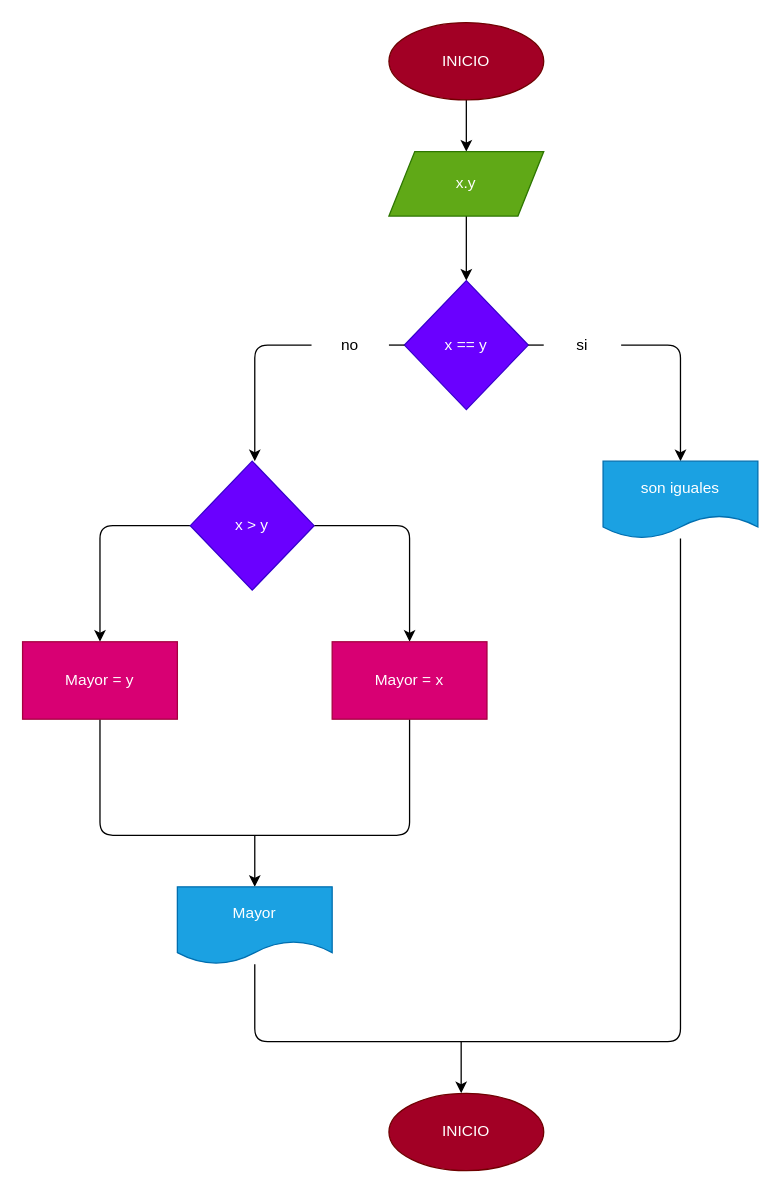
Before: diagrama.drawio in StephanieOrtizPico/mayor_2enteros, a draw.io diagram. Source tidied: cells renumbered, new cells numbered last; positions are measured from the earlier drawing's top-left corner, leaving out a move shared by most shapes. Both pictures are drawn from the tidied source at 129%, with x=0, y=0 at pixel (22, 22).
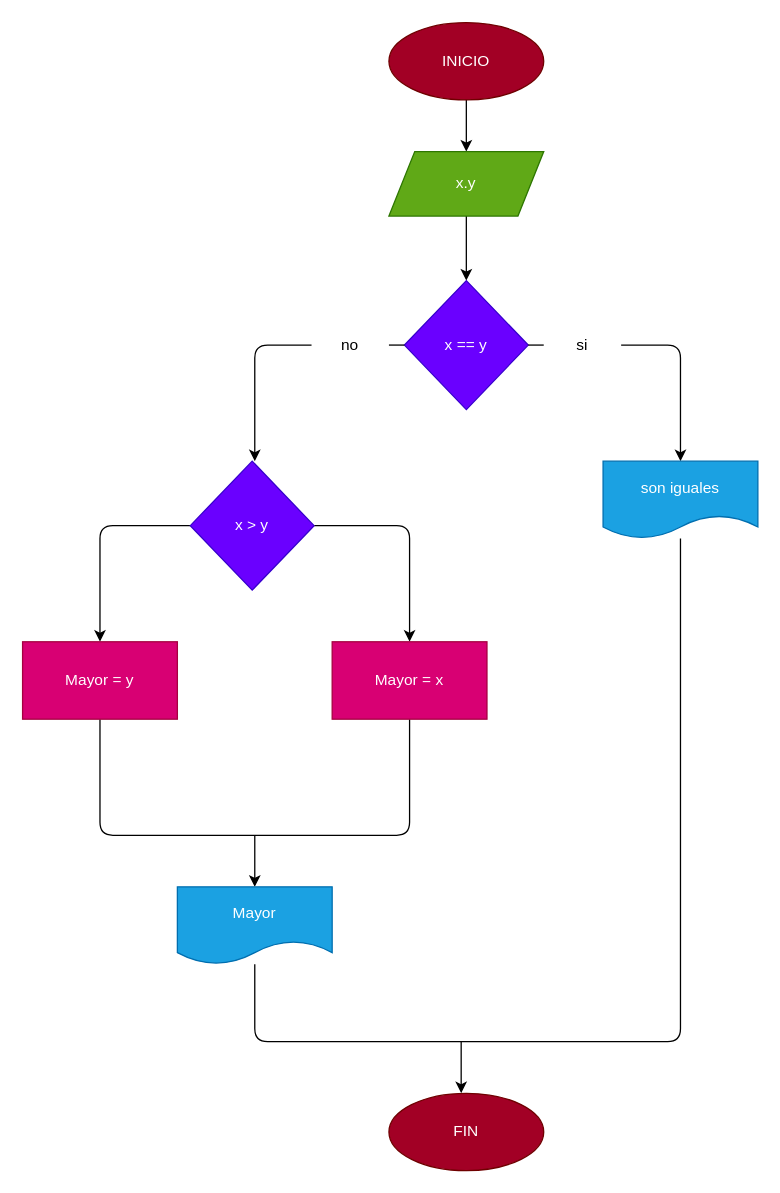
Above is the later version.

Commit message (it also covers changes not shown here):
Se agregó el programa

What changed in the source:
```diff
@@
-    <mxCell id="24" value="INICIO" style="ellipse;whiteSpace=wrap;html=1;fillColor=#a20025;fontColor=#ffffff;strokeColor=#6F0000;" parent="1" vertex="1">
+    <mxCell id="24" value="FIN" style="ellipse;whiteSpace=wrap;html=1;fillColor=#a20025;fontColor=#ffffff;strokeColor=#6F0000;" parent="1" vertex="1">
       <mxGeometry x="284" y="830" width="120" height="60" as="geometry" />
     </mxCell>
```
